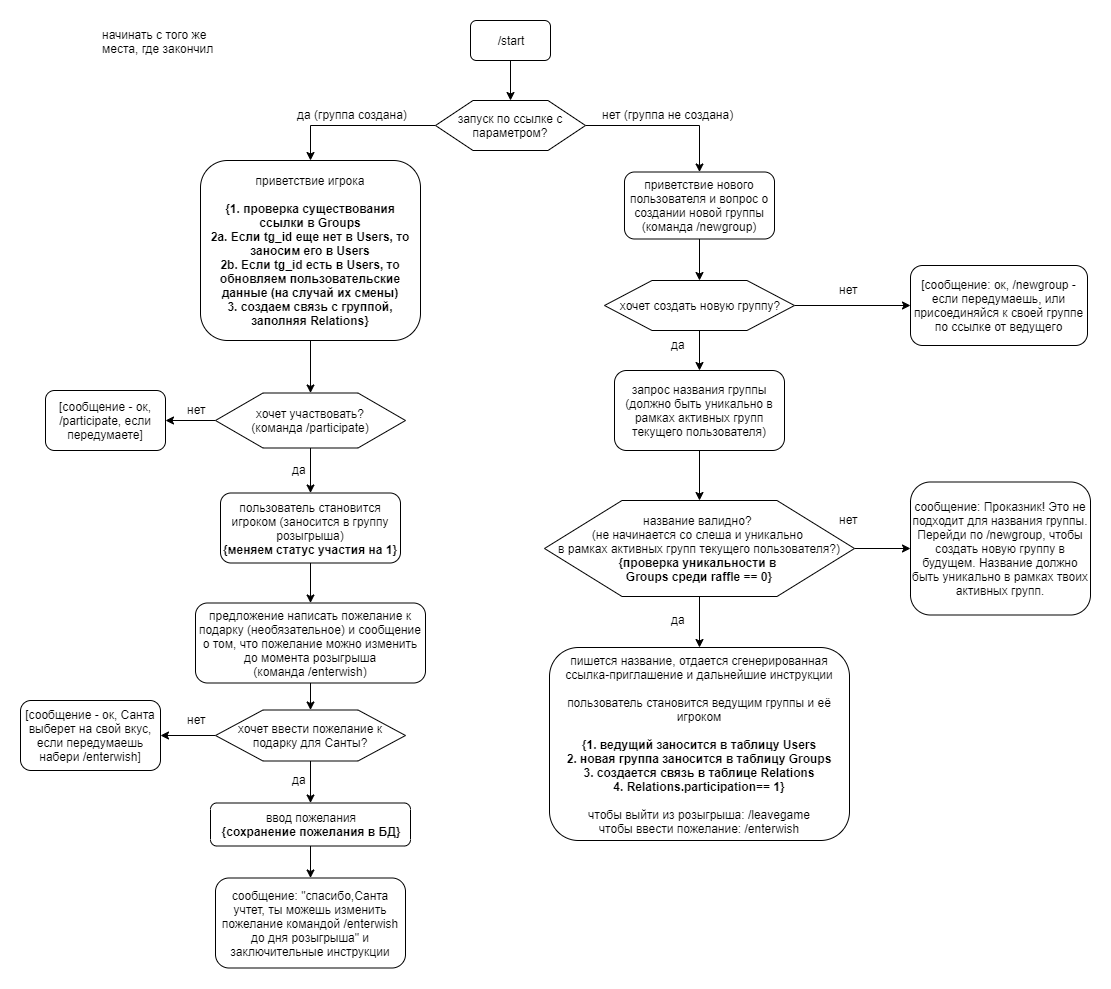
Above: schemes/participation.png in tavrora/smart_santa (draw.io), before the change. Source tidied: cells renumbered, new cells last; positions are measured from the earlier drawing's top-left corner, leaving out a move shared by most shapes.
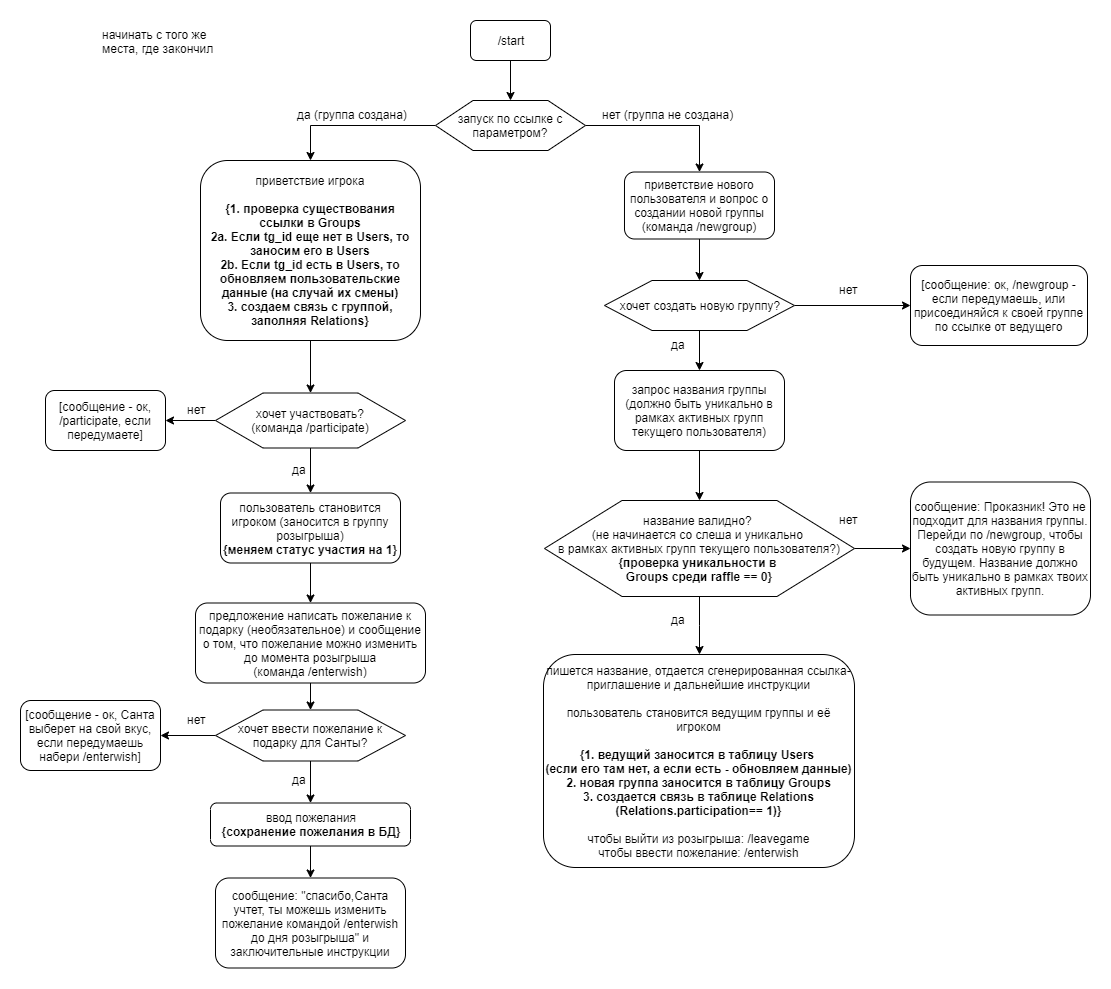
After the change.

Commit message:
+ генерация ссылки-приглашения и провекра уникальности названия группы

Change to the diagram source:
```diff
@@ -47,8 +47,8 @@
     <mxCell id="16" value="сообщение: &quot;спасибо,Санта учтет, ты можешь изменить пожелание командой&amp;nbsp;/enterwish до дня розыгрыша&quot; и заключительные инструкции" style="rounded=1;whiteSpace=wrap;html=1;" parent="1" vertex="1">
       <mxGeometry x="195" y="857.5" width="190" height="90" as="geometry" />
     </mxCell>
-    <mxCell id="17" value="пишется название, отдается сгенерированная ссылка-приглашение и дальнейшие инструкции&lt;br&gt;&lt;br&gt;пользователь становится ведущим группы и её игроком&lt;br&gt;&lt;br&gt;&lt;b&gt;{1. ведущий заносится в таблицу Users&lt;br&gt;2. новая группа заносится в таблицу Groups&lt;br&gt;3. создается связь в таблице Relations&lt;br&gt;4. Relations.participation== 1}&lt;/b&gt;&lt;br&gt;&lt;br&gt;чтобы выйти из розыгрыша: /leavegame&lt;br&gt;чтобы ввести пожелание: /enterwish" style="rounded=1;whiteSpace=wrap;html=1;" parent="1" vertex="1">
-      <mxGeometry x="529" y="627" width="300" height="193" as="geometry" />
+    <mxCell id="17" value="пишется название, отдается сгенерированная ссылка-приглашение и дальнейшие инструкции&lt;br&gt;&lt;br&gt;пользователь становится ведущим группы и её игроком&lt;br&gt;&lt;br&gt;&lt;b&gt;{1. ведущий заносится в таблицу Users &lt;br&gt;(если его там нет, а если есть - обновляем данные)&lt;br&gt;2. новая группа заносится в таблицу Groups&lt;br&gt;3. создается связь в таблице Relations&lt;br&gt;(Relations.participation== 1)}&lt;/b&gt;&lt;br&gt;&lt;br&gt;чтобы выйти из розыгрыша: /leavegame&lt;br&gt;чтобы ввести пожелание: /enterwish" style="rounded=1;whiteSpace=wrap;html=1;" parent="1" vertex="1">
+      <mxGeometry x="523" y="634" width="311" height="213" as="geometry" />
     </mxCell>
     <mxCell id="18" value="сообщение: Проказник! Это не подходит для названия группы. Перейди по /newgroup, чтобы создать новую группу в будущем. Название должно быть уникально в рамках твоих активных групп." style="rounded=1;whiteSpace=wrap;html=1;" parent="1" vertex="1">
       <mxGeometry x="890" y="461.5" width="180" height="133" as="geometry" />
```
